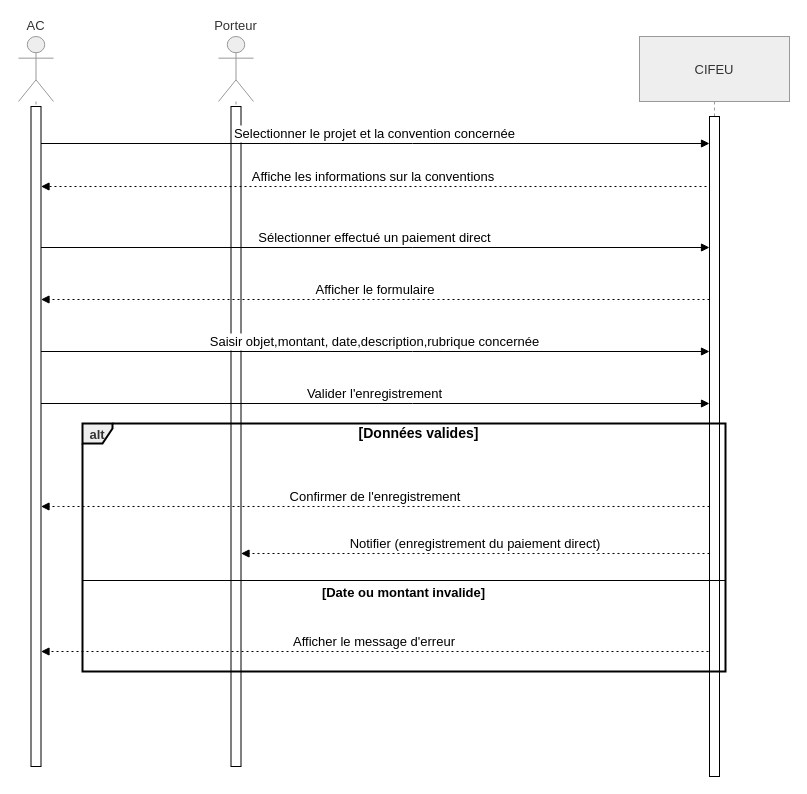
Above: rapport/graphe/sequence/Enregistrer un paiement direct.drawio in CheickOuedraogo/stage (draw.io), before the change. Source tidied: cells renumbered, new cells numbered last; positions are measured from the earlier drawing's top-left corner, leaving out a move shared by most shapes. Both pictures are drawn from the tidied source at 100%, with x=0, y=0 at pixel (18, 36).
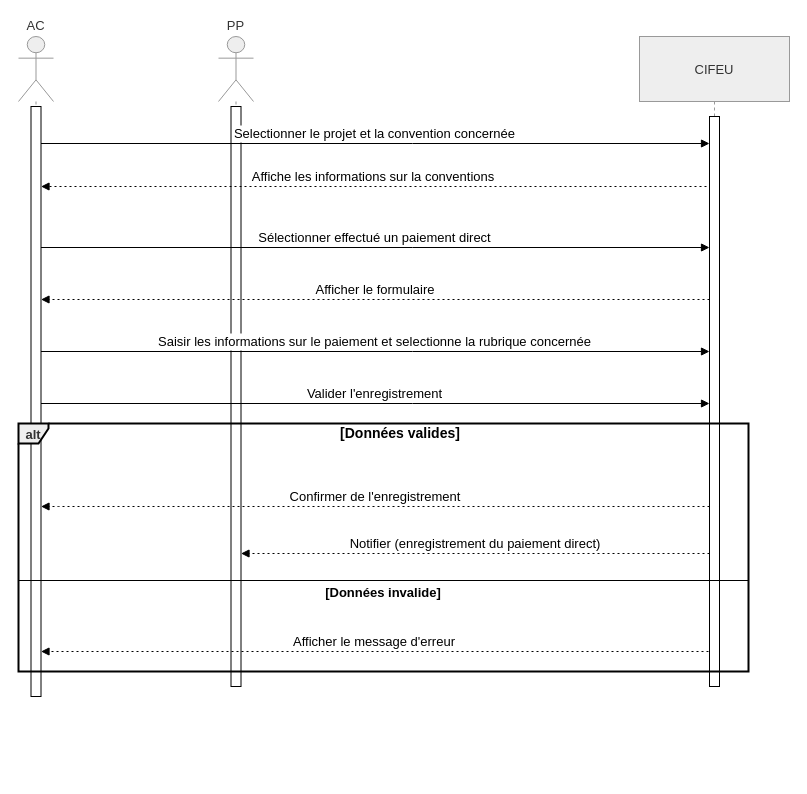
The same page after the edit.

Diff of the diagram source:
```diff
@@
     <mxCell id="2" value="AC" style="shape=umlLifeline;perimeter=lifelinePerimeter;whiteSpace=wrap;newEdgeStyle={&quot;edgeStyle&quot;:&quot;elbowEdgeStyle&quot;,&quot;elbow&quot;:&quot;vertical&quot;,&quot;curved&quot;:0,&quot;rounded&quot;:0};participant=umlActor;verticalAlign=bottom;labelPosition=center;verticalLabelPosition=top;align=center;size=65;fillColor=light-dark(#eeeeee,#1f2020);strokeColor=light-dark(#999999,#cccccc);fontColor=light-dark(#333333,#cccccc);fontSize=13;" parent="1" vertex="1">
-      <mxGeometry width="35" height="730" as="geometry" />
+      <mxGeometry width="35" height="650" as="geometry" />
     </mxCell>
     <mxCell id="3" style="html=1;points=[[0,0,0,0,5],[0,1,0,0,-5],[1,0,0,0,5],[1,1,0,0,-5]];perimeter=orthogonalPerimeter;outlineConnect=0;targetShapes=umlLifeline;portConstraint=eastwest;newEdgeStyle={&quot;curved&quot;:0,&quot;rounded&quot;:0};fontSize=13;" parent="2" vertex="1">
-      <mxGeometry x="12.5" y="70" width="10" height="660" as="geometry" />
+      <mxGeometry x="12.5" y="70" width="10" height="590" as="geometry" />
     </mxCell>
-    <mxCell id="4" value="Porteur" style="shape=umlLifeline;perimeter=lifelinePerimeter;whiteSpace=wrap;newEdgeStyle={&quot;edgeStyle&quot;:&quot;elbowEdgeStyle&quot;,&quot;elbow&quot;:&quot;vertical&quot;,&quot;curved&quot;:0,&quot;rounded&quot;:0};participant=umlActor;verticalAlign=bottom;labelPosition=center;verticalLabelPosition=top;align=center;size=65;fillColor=light-dark(#eeeeee,#1f2020);strokeColor=light-dark(#999999,#cccccc);fontColor=light-dark(#333333,#cccccc);fontSize=13;" parent="1" vertex="1">
-      <mxGeometry x="200" width="35" height="730" as="geometry" />
+    <mxCell id="4" value="PP" style="shape=umlLifeline;perimeter=lifelinePerimeter;whiteSpace=wrap;newEdgeStyle={&quot;edgeStyle&quot;:&quot;elbowEdgeStyle&quot;,&quot;elbow&quot;:&quot;vertical&quot;,&quot;curved&quot;:0,&quot;rounded&quot;:0};participant=umlActor;verticalAlign=bottom;labelPosition=center;verticalLabelPosition=top;align=center;size=65;fillColor=light-dark(#eeeeee,#1f2020);strokeColor=light-dark(#999999,#cccccc);fontColor=light-dark(#333333,#cccccc);fontSize=13;" parent="1" vertex="1">
+      <mxGeometry x="200" width="35" height="630" as="geometry" />
     </mxCell>
     <mxCell id="5" style="html=1;points=[[0,0,0,0,5],[0,1,0,0,-5],[1,0,0,0,5],[1,1,0,0,-5]];perimeter=orthogonalPerimeter;outlineConnect=0;targetShapes=umlLifeline;portConstraint=eastwest;newEdgeStyle={&quot;curved&quot;:0,&quot;rounded&quot;:0};fontSize=13;" parent="4" vertex="1">
-      <mxGeometry x="12.5" y="70" width="10" height="660" as="geometry" />
+      <mxGeometry x="12.5" y="70" width="10" height="580" as="geometry" />
     </mxCell>
     <mxCell id="6" value="CIFEU" style="shape=umlLifeline;perimeter=lifelinePerimeter;whiteSpace=wrap;newEdgeStyle={&quot;edgeStyle&quot;:&quot;elbowEdgeStyle&quot;,&quot;elbow&quot;:&quot;vertical&quot;,&quot;curved&quot;:0,&quot;rounded&quot;:0};size=65;fillColor=light-dark(#eeeeee,#1f2020);strokeColor=light-dark(#999999,#cccccc);fontColor=light-dark(#333333,#cccccc);fontSize=13;" parent="1" vertex="1">
-      <mxGeometry x="621" width="150" height="740" as="geometry" />
+      <mxGeometry x="621" width="150" height="640" as="geometry" />
     </mxCell>
     <mxCell id="7" style="html=1;points=[[0,0,0,0,5],[0,1,0,0,-5],[1,0,0,0,5],[1,1,0,0,-5]];perimeter=orthogonalPerimeter;outlineConnect=0;targetShapes=umlLifeline;portConstraint=eastwest;newEdgeStyle={&quot;curved&quot;:0,&quot;rounded&quot;:0};fontSize=13;" parent="6" vertex="1">
-      <mxGeometry x="70" y="80" width="10" height="660" as="geometry" />
+      <mxGeometry x="70" y="80" width="10" height="570" as="geometry" />
     </mxCell>
     <mxCell id="8" value="alt" style="shape=umlFrame;strokeColor=default;height=20;width=30;fillColor=light-dark(#eeeeee,#1f2020);fontColor=light-dark(#333333,#cccccc);strokeWidth=2;fontSize=13;fontStyle=1;" parent="1" vertex="1">
-      <mxGeometry x="64" y="387" width="643" height="248" as="geometry" />
+      <mxGeometry y="387" width="730" height="248" as="geometry" />
     </mxCell>
     <mxCell id="9" value="[Données valides]" style="text;strokeColor=none;fillColor=none;align=center;verticalAlign=middle;whiteSpace=wrap;fontSize=14;fontStyle=1;" parent="8" vertex="1">
-      <mxGeometry x="30" width="613" height="20" as="geometry" />
+      <mxGeometry x="34.1" width="695.9" height="20" as="geometry" />
     </mxCell>
-    <mxCell id="10" value="[Date ou montant invalide]" style="shape=line;whiteSpace=wrap;verticalAlign=top;labelPosition=center;verticalLabelPosition=middle;align=center;strokeColor=#000000;fontSize=13;fontStyle=1;" parent="8" vertex="1">
-      <mxGeometry y="155" width="643" height="4" as="geometry" />
+    <mxCell id="10" value="[Données invalide]" style="shape=line;whiteSpace=wrap;verticalAlign=top;labelPosition=center;verticalLabelPosition=middle;align=center;strokeColor=#000000;fontSize=13;fontStyle=1;" parent="8" vertex="1">
+      <mxGeometry y="155" width="730" height="4" as="geometry" />
     </mxCell>
@@
-    <mxCell id="14" value="Saisir objet,montant, date,description,rubrique concernée" style="verticalAlign=bottom;edgeStyle=elbowEdgeStyle;elbow=vertical;curved=0;rounded=0;endArrow=block;fontSize=13;" parent="1" edge="1" source="3" target="7">
+    <mxCell id="14" value="Saisir les informations sur le paiement et selectionne la rubrique concernée" style="verticalAlign=bottom;edgeStyle=elbowEdgeStyle;elbow=vertical;curved=0;rounded=0;endArrow=block;fontSize=13;" parent="1" edge="1" source="3" target="7">
       <mxGeometry relative="1" as="geometry">
         <Array as="points">
           <mxPoint x="394" y="315" />
         </Array>
       </mxGeometry>
     </mxCell>
```
